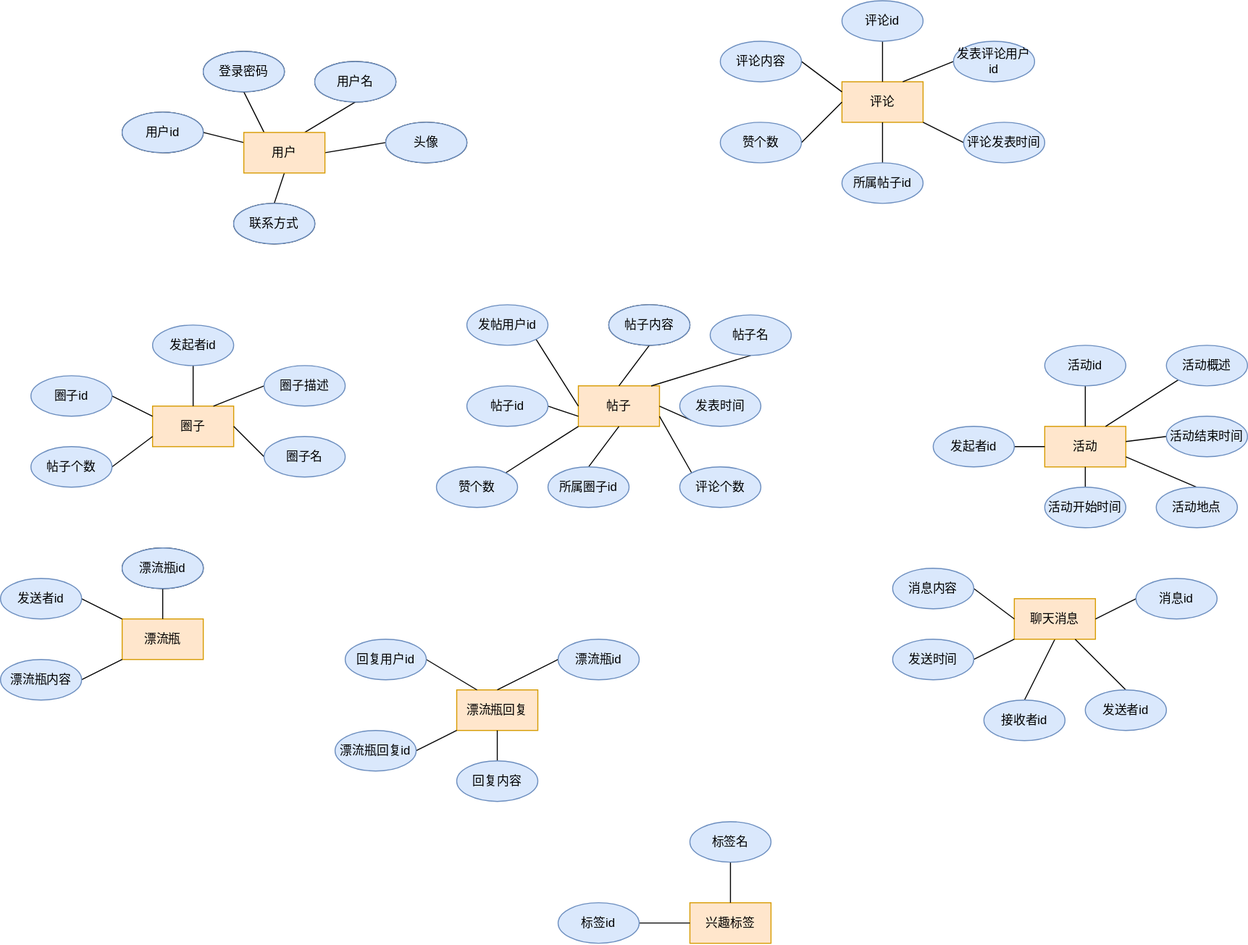
The draw.io diagram doc/pictures/部分E-R图.drawio.svg in Guo-HY/BUAA_DB, before a commit. Source tidied: cells renumbered, new cells last; positions are measured from the earlier drawing's top-left corner, leaving out a move shared by most shapes.
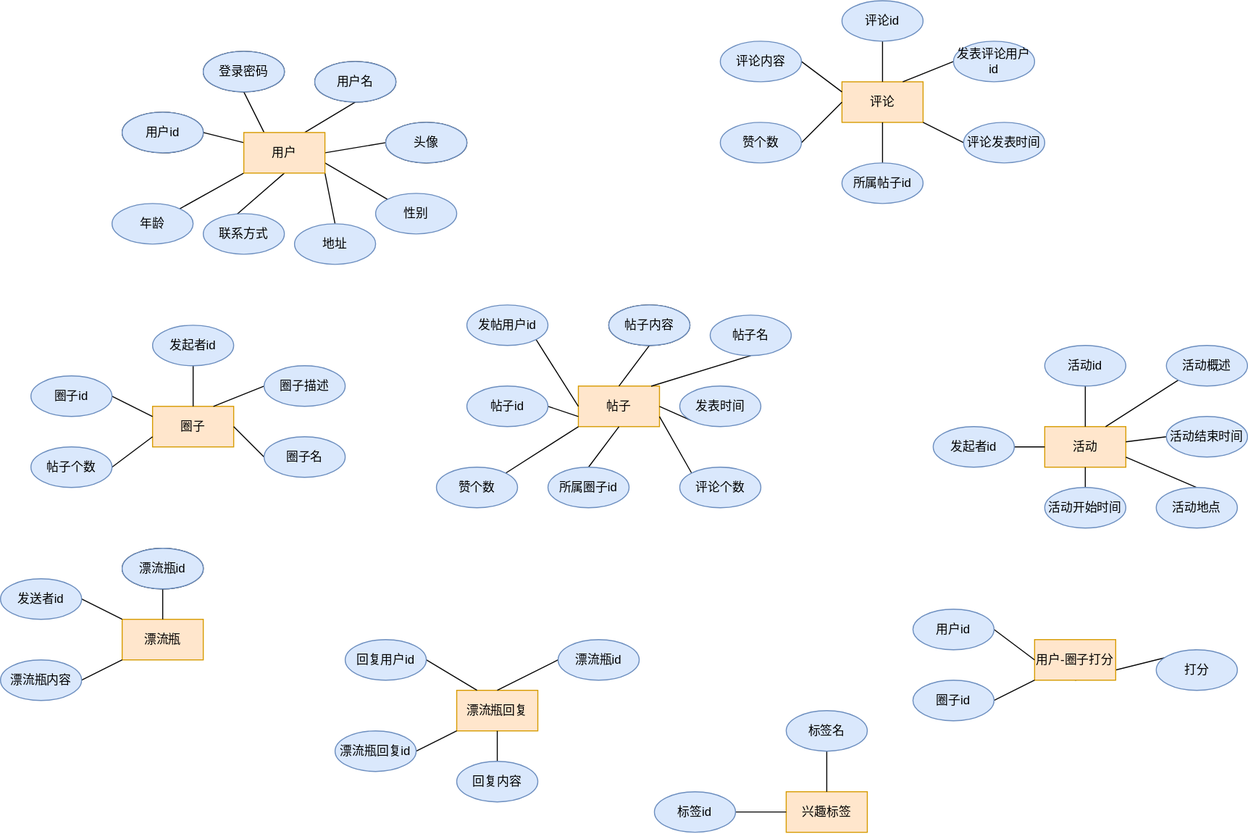
Above is the later version.

The edit, as a diff of the source:
```diff
@@ -14,9 +14,18 @@
     <mxCell id="5" style="edgeStyle=none;rounded=0;jettySize=auto;html=1;exitX=1;exitY=0.5;exitDx=0;exitDy=0;entryX=0;entryY=0.5;entryDx=0;entryDy=0;endArrow=none;endFill=0;" parent="1" edge="1" source="7" target="10">
       <mxGeometry relative="1" as="geometry" />
     </mxCell>
-    <mxCell id="6" style="edgeStyle=none;rounded=0;jettySize=auto;html=1;exitX=0.5;exitY=1;exitDx=0;exitDy=0;entryX=0.5;entryY=0;entryDx=0;entryDy=0;endArrow=none;endFill=0;" parent="1" edge="1" source="7" target="91">
-      <mxGeometry relative="1" as="geometry" />
-    </mxCell>
+    <mxCell id="106" style="rounded=0;jettySize=auto;html=1;exitX=0;exitY=1;exitDx=0;exitDy=0;endArrow=none;endFill=0;" parent="1" edge="1" source="7" target="110">
+      <mxGeometry relative="1" as="geometry" />
+    </mxCell>
+    <mxCell id="107" style="edgeStyle=none;rounded=0;jettySize=auto;html=1;exitX=1;exitY=1;exitDx=0;exitDy=0;entryX=0.5;entryY=0;entryDx=0;entryDy=0;endArrow=none;endFill=0;" parent="1" edge="1" source="7" target="111">
+      <mxGeometry relative="1" as="geometry" />
+    </mxCell>
+    <mxCell id="108" style="edgeStyle=none;rounded=0;jettySize=auto;html=1;exitX=0.5;exitY=1;exitDx=0;exitDy=0;entryX=0.4;entryY=0.042;entryDx=0;entryDy=0;entryPerimeter=0;endArrow=none;endFill=0;" parent="1" edge="1" source="7" target="102">
+      <mxGeometry relative="1" as="geometry" />
+    </mxCell>
+    <mxCell id="109" style="edgeStyle=none;rounded=0;jettySize=auto;html=1;exitX=1;exitY=0.75;exitDx=0;exitDy=0;entryX=0;entryY=0;entryDx=0;entryDy=0;endArrow=none;endFill=0;" parent="1" edge="1" source="7" target="112">
+      <mxGeometry relative="1" as="geometry" />
+    </mxCell>
     <mxCell id="7" value="用户" style="rounded=0;whiteSpace=wrap;html=1;fillColor=#ffe6cc;strokeColor=#d79b00;" parent="1" vertex="1">
       <mxGeometry x="240" y="130" width="80" height="40" as="geometry" />
     </mxCell>
@@ -185,30 +194,24 @@
     <mxCell id="62" style="edgeStyle=none;rounded=0;jettySize=auto;html=1;exitX=0.5;exitY=1;exitDx=0;exitDy=0;entryX=0.5;entryY=0;entryDx=0;entryDy=0;endArrow=none;endFill=0;" parent="1" edge="1" source="63" target="68">
       <mxGeometry relative="1" as="geometry" />
     </mxCell>
-    <mxCell id="63" value="聊天消息" style="rounded=0;whiteSpace=wrap;html=1;fillColor=#ffe6cc;strokeColor=#d79b00;" parent="1" vertex="1">
-      <mxGeometry x="1000" y="590" width="80" height="40" as="geometry" />
+    <mxCell id="63" value="用户-圈子打分" style="rounded=0;whiteSpace=wrap;html=1;fillColor=#ffe6cc;strokeColor=#d79b00;" parent="1" vertex="1">
+      <mxGeometry x="1020" y="630" width="80" height="40" as="geometry" />
     </mxCell>
     <mxCell id="64" style="edgeStyle=none;rounded=0;jettySize=auto;html=1;exitX=1;exitY=0.5;exitDx=0;exitDy=0;entryX=0;entryY=0.5;entryDx=0;entryDy=0;endArrow=none;endFill=0;" parent="1" edge="1" source="65" target="63">
       <mxGeometry relative="1" as="geometry" />
     </mxCell>
-    <mxCell id="65" value="消息内容" style="ellipse;whiteSpace=wrap;html=1;fillColor=#dae8fc;strokeColor=#6c8ebf;" parent="1" vertex="1">
-      <mxGeometry x="880" y="560" width="80" height="40" as="geometry" />
+    <mxCell id="65" value="用户id" style="ellipse;whiteSpace=wrap;html=1;fillColor=#dae8fc;strokeColor=#6c8ebf;" parent="1" vertex="1">
+      <mxGeometry x="900" y="600" width="80" height="40" as="geometry" />
     </mxCell>
     <mxCell id="66" style="edgeStyle=none;rounded=0;jettySize=auto;html=1;exitX=1;exitY=0.5;exitDx=0;exitDy=0;entryX=0;entryY=1;entryDx=0;entryDy=0;endArrow=none;endFill=0;" parent="1" edge="1" source="67" target="63">
       <mxGeometry relative="1" as="geometry" />
     </mxCell>
-    <mxCell id="67" value="发送时间" style="ellipse;whiteSpace=wrap;html=1;fillColor=#dae8fc;strokeColor=#6c8ebf;" parent="1" vertex="1">
-      <mxGeometry x="880" y="630" width="80" height="40" as="geometry" />
+    <mxCell id="67" value="圈子id" style="ellipse;whiteSpace=wrap;html=1;fillColor=#dae8fc;strokeColor=#6c8ebf;" parent="1" vertex="1">
+      <mxGeometry x="900" y="670" width="80" height="40" as="geometry" />
     </mxCell>
-    <mxCell id="68" value="接收者id" style="ellipse;whiteSpace=wrap;html=1;fillColor=#dae8fc;strokeColor=#6c8ebf;" parent="1" vertex="1">
-      <mxGeometry x="970" y="690" width="80" height="40" as="geometry" />
+    <mxCell id="68" value="打分" style="ellipse;whiteSpace=wrap;html=1;fillColor=#dae8fc;strokeColor=#6c8ebf;" parent="1" vertex="1">
+      <mxGeometry x="1140" y="640" width="80" height="40" as="geometry" />
     </mxCell>
-    <mxCell id="69" style="edgeStyle=none;rounded=0;jettySize=auto;html=1;exitX=0.5;exitY=0;exitDx=0;exitDy=0;entryX=0.75;entryY=1;entryDx=0;entryDy=0;endArrow=none;endFill=0;" parent="1" edge="1" source="70" target="63">
-      <mxGeometry relative="1" as="geometry" />
-    </mxCell>
-    <mxCell id="70" value="发送者id" style="ellipse;whiteSpace=wrap;html=1;fillColor=#dae8fc;strokeColor=#6c8ebf;" parent="1" vertex="1">
-      <mxGeometry x="1070" y="680" width="80" height="40" as="geometry" />
-    </mxCell>
     <mxCell id="71" value="活动" style="rounded=0;whiteSpace=wrap;html=1;fillColor=#ffe6cc;strokeColor=#d79b00;" parent="1" vertex="1">
       <mxGeometry x="1030" y="420" width="80" height="40" as="geometry" />
     </mxCell>
@@ -237,19 +240,19 @@
       <mxGeometry x="1150" y="410" width="80" height="40" as="geometry" />
     </mxCell>
     <mxCell id="80" value="兴趣标签" style="rounded=0;whiteSpace=wrap;html=1;fillColor=#ffe6cc;strokeColor=#d79b00;" parent="1" vertex="1">
-      <mxGeometry x="680" y="890" width="80" height="40" as="geometry" />
+      <mxGeometry x="775" y="780" width="80" height="40" as="geometry" />
     </mxCell>
     <mxCell id="81" style="edgeStyle=none;rounded=0;jettySize=auto;html=1;exitX=1;exitY=0.5;exitDx=0;exitDy=0;endArrow=none;endFill=0;" parent="1" edge="1" source="82" target="80">
       <mxGeometry relative="1" as="geometry" />
     </mxCell>
     <mxCell id="82" value="&lt;span style=&quot;color: rgba(0 , 0 , 0 , 0) ; font-family: monospace ; font-size: 0px&quot;&gt;%3CmxGraphModel%3E%3Croot%3E%3CmxCell%20id%3D%220%22%2F%3E%3CmxCell%20id%3D%221%22%20parent%3D%220%22%2F%3E%3CmxCell%20id%3D%222%22%20value%3D%22%E5%9B%9E%E5%A4%8D%E5%86%85%E5%AE%B9%22%20style%3D%22ellipse%3BwhiteSpace%3Dwrap%3Bhtml%3D1%3B%22%20vertex%3D%221%22%20parent%3D%221%22%3E%3CmxGeometry%20x%3D%22720%22%20y%3D%22880%22%20width%3D%2280%22%20height%3D%2240%22%20as%3D%22geometry%22%2F%3E%3C%2FmxCell%3E%3C%2Froot%3E%3C%2FmxGraphModel%3E&lt;/span&gt;标签id" style="ellipse;whiteSpace=wrap;html=1;fillColor=#dae8fc;strokeColor=#6c8ebf;" parent="1" vertex="1">
-      <mxGeometry x="550" y="890" width="80" height="40" as="geometry" />
+      <mxGeometry x="645" y="780" width="80" height="40" as="geometry" />
     </mxCell>
     <mxCell id="83" style="edgeStyle=none;rounded=0;jettySize=auto;html=1;exitX=0.5;exitY=1;exitDx=0;exitDy=0;endArrow=none;endFill=0;" parent="1" edge="1" source="84" target="80">
       <mxGeometry relative="1" as="geometry" />
     </mxCell>
     <mxCell id="84" value="标签名" style="ellipse;whiteSpace=wrap;html=1;fillColor=#dae8fc;strokeColor=#6c8ebf;" parent="1" vertex="1">
-      <mxGeometry x="680" y="810" width="80" height="40" as="geometry" />
+      <mxGeometry x="775" y="700" width="80" height="40" as="geometry" />
     </mxCell>
     <mxCell id="85" style="edgeStyle=none;rounded=0;jettySize=auto;html=1;exitX=0.5;exitY=1;exitDx=0;exitDy=0;entryX=0.5;entryY=0;entryDx=0;entryDy=0;endArrow=none;endFill=0;" parent="1" edge="1" source="86" target="50">
       <mxGeometry relative="1" as="geometry" />
@@ -263,15 +266,6 @@
     <mxCell id="88" value="漂流瓶回复id" style="ellipse;whiteSpace=wrap;html=1;fillColor=#dae8fc;strokeColor=#6c8ebf;" parent="1" vertex="1">
       <mxGeometry x="330" y="720" width="80" height="40" as="geometry" />
     </mxCell>
-    <mxCell id="89" style="edgeStyle=none;rounded=0;jettySize=auto;html=1;exitX=0;exitY=0.5;exitDx=0;exitDy=0;entryX=1;entryY=0.5;entryDx=0;entryDy=0;endArrow=none;endFill=0;" parent="1" edge="1" source="90" target="63">
-      <mxGeometry relative="1" as="geometry" />
-    </mxCell>
-    <mxCell id="90" value="消息id" style="ellipse;whiteSpace=wrap;html=1;fillColor=#dae8fc;strokeColor=#6c8ebf;" parent="1" vertex="1">
-      <mxGeometry x="1120" y="570" width="80" height="40" as="geometry" />
-    </mxCell>
-    <mxCell id="91" value="联系方式" style="ellipse;whiteSpace=wrap;html=1;" parent="1" vertex="1">
-      <mxGeometry x="230" y="200" width="80" height="40" as="geometry" />
-    </mxCell>
     <mxCell id="92" style="edgeStyle=none;rounded=0;jettySize=auto;html=1;exitX=0;exitY=0.5;exitDx=0;exitDy=0;entryX=1;entryY=0.5;entryDx=0;entryDy=0;endArrow=none;endFill=0;" parent="1" edge="1" source="93" target="12">
       <mxGeometry relative="1" as="geometry" />
     </mxCell>
@@ -303,7 +297,7 @@
       <mxGeometry x="120" y="110" width="80" height="40" as="geometry" />
     </mxCell>
     <mxCell id="102" value="联系方式" style="ellipse;whiteSpace=wrap;html=1;fillColor=#dae8fc;strokeColor=#6c8ebf;" parent="1" vertex="1">
-      <mxGeometry x="230" y="200" width="80" height="40" as="geometry" />
+      <mxGeometry x="200" y="210" width="80" height="40" as="geometry" />
     </mxCell>
     <mxCell id="103" value="用户名" style="ellipse;whiteSpace=wrap;html=1;fillColor=#dae8fc;strokeColor=#6c8ebf;" parent="1" vertex="1">
       <mxGeometry x="310" y="60" width="80" height="40" as="geometry" />
@@ -314,5 +308,14 @@
     <mxCell id="105" value="漂流瓶id" style="ellipse;whiteSpace=wrap;html=1;fillColor=#dae8fc;strokeColor=#6c8ebf;" parent="1" vertex="1">
       <mxGeometry x="120" y="540" width="80" height="40" as="geometry" />
     </mxCell>
+    <mxCell id="110" value="年龄" style="ellipse;whiteSpace=wrap;html=1;fillColor=#dae8fc;strokeColor=#6c8ebf;" parent="1" vertex="1">
+      <mxGeometry x="110" y="200" width="80" height="40" as="geometry" />
+    </mxCell>
+    <mxCell id="111" value="地址" style="ellipse;whiteSpace=wrap;html=1;fillColor=#dae8fc;strokeColor=#6c8ebf;" parent="1" vertex="1">
+      <mxGeometry x="290" y="220" width="80" height="40" as="geometry" />
+    </mxCell>
+    <mxCell id="112" value="性别" style="ellipse;whiteSpace=wrap;html=1;fillColor=#dae8fc;strokeColor=#6c8ebf;" parent="1" vertex="1">
+      <mxGeometry x="370" y="190" width="80" height="40" as="geometry" />
+    </mxCell>
   </root>
 </mxGraphModel>
```
